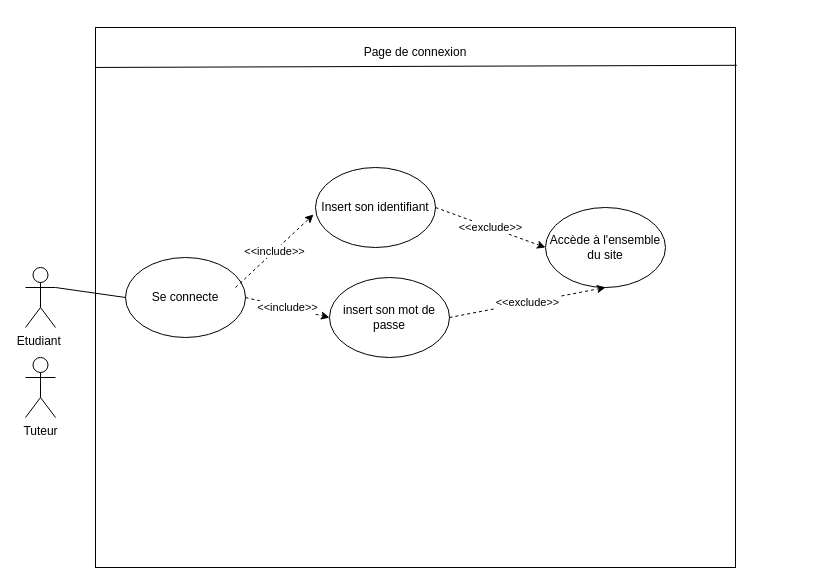
Before: user_case_connexion.drawio in Creaprog/P10_01042022, a draw.io diagram. Source tidied: cells renumbered, new cells numbered last; positions are measured from the earlier drawing's top-left corner, leaving out a move shared by most shapes. Both pictures are drawn from the tidied source at 100%, with x=0, y=0 at pixel (25, 27).
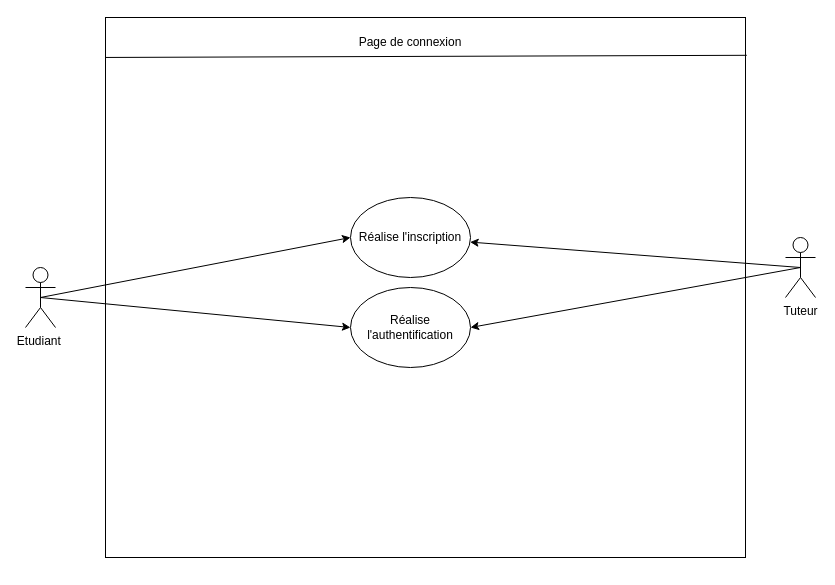
After the change.

Change to the diagram source:
```diff
@@
-<mxGraphModel>
+<mxGraphModel background="#ffffff">
   <root>
     <mxCell id="0" />
     <mxCell id="1" parent="0" />
     <mxCell id="2" value="Etudiant&amp;nbsp;" style="shape=umlActor;verticalLabelPosition=bottom;verticalAlign=top;html=1;outlineConnect=0;" parent="1" vertex="1">
       <mxGeometry y="240" width="30" height="60" as="geometry" />
     </mxCell>
     <mxCell id="3" style="rounded=0;whiteSpace=wrap;html=1;" parent="1" vertex="1">
-      <mxGeometry x="70" width="640" height="540" as="geometry" />
+      <mxGeometry x="80" y="-10" width="640" height="540" as="geometry" />
     </mxCell>
-    <mxCell id="4" value="Se connecte" style="ellipse;whiteSpace=wrap;html=1;" parent="1" vertex="1">
-      <mxGeometry x="100" y="230" width="120" height="80" as="geometry" />
-    </mxCell>
-    <mxCell id="5" style="endArrow=none;html=1;exitX=1;exitY=0.3333333333333333;exitDx=0;exitDy=0;exitPerimeter=0;entryX=0;entryY=0.5;entryDx=0;entryDy=0;" parent="1" edge="1" source="2" target="4">
-      <mxGeometry relative="1" as="geometry" />
-    </mxCell>
-    <mxCell id="6" value="Insert son identifiant" style="ellipse;whiteSpace=wrap;html=1;" parent="1" vertex="1">
-      <mxGeometry x="290" y="140" width="120" height="80" as="geometry" />
-    </mxCell>
-    <mxCell id="7" value="insert son mot de passe" style="ellipse;whiteSpace=wrap;html=1;" parent="1" vertex="1">
-      <mxGeometry x="304" y="250" width="120" height="80" as="geometry" />
-    </mxCell>
-    <mxCell id="8" value="&amp;lt;&amp;lt;include&amp;gt;&amp;gt;" style="endArrow=classic;html=1;dashed=1;entryX=-0.017;entryY=0.588;entryDx=0;entryDy=0;entryPerimeter=0;" parent="1" edge="1" target="6">
-      <mxGeometry relative="1" as="geometry">
-        <mxPoint x="210" y="260" as="sourcePoint" />
-      </mxGeometry>
-    </mxCell>
-    <mxCell id="9" value="&amp;lt;&amp;lt;include&amp;gt;&amp;gt;" style="endArrow=classic;html=1;dashed=1;entryX=0;entryY=0.5;entryDx=0;entryDy=0;" parent="1" edge="1" target="7">
-      <mxGeometry relative="1" as="geometry">
-        <mxPoint x="220" y="270" as="sourcePoint" />
-      </mxGeometry>
-    </mxCell>
-    <mxCell id="10" value="Accède à l'ensemble du site" style="ellipse;whiteSpace=wrap;html=1;" parent="1" vertex="1">
-      <mxGeometry x="520" y="180" width="120" height="80" as="geometry" />
-    </mxCell>
-    <mxCell id="11" value="&amp;lt;&amp;lt;exclude&amp;gt;&amp;gt;" style="endArrow=classic;html=1;dashed=1;entryX=0;entryY=0.5;entryDx=0;entryDy=0;exitX=1;exitY=0.5;exitDx=0;exitDy=0;" parent="1" edge="1" source="6" target="10">
-      <mxGeometry relative="1" as="geometry" />
-    </mxCell>
-    <mxCell id="12" value="&amp;lt;&amp;lt;exclude&amp;gt;&amp;gt;" style="endArrow=classic;html=1;dashed=1;entryX=0.5;entryY=1;entryDx=0;entryDy=0;exitX=1;exitY=0.5;exitDx=0;exitDy=0;" parent="1" edge="1" source="7" target="10">
-      <mxGeometry relative="1" as="geometry" />
-    </mxCell>
     <mxCell id="13" style="endArrow=none;html=1;exitX=0;exitY=0.074;exitDx=0;exitDy=0;exitPerimeter=0;entryX=1.002;entryY=0.07;entryDx=0;entryDy=0;entryPerimeter=0;" parent="1" edge="1" source="3" target="3">
       <mxGeometry relative="1" as="geometry" />
     </mxCell>
     <mxCell id="14" value="Page de connexion" style="text;html=1;strokeColor=none;fillColor=none;align=center;verticalAlign=middle;whiteSpace=wrap;rounded=0;" parent="1" vertex="1">
-      <mxGeometry x="325" y="10" width="130" height="30" as="geometry" />
+      <mxGeometry x="320" width="130" height="30" as="geometry" />
     </mxCell>
+    <mxCell id="16" style="edgeStyle=none;html=1;exitX=0.5;exitY=0.5;exitDx=0;exitDy=0;exitPerimeter=0;" parent="1" edge="1" source="15" target="18">
+      <mxGeometry relative="1" as="geometry" />
+    </mxCell>
+    <mxCell id="17" style="edgeStyle=none;html=1;exitX=0.5;exitY=0.5;exitDx=0;exitDy=0;exitPerimeter=0;entryX=1;entryY=0.5;entryDx=0;entryDy=0;" parent="1" edge="1" source="15" target="20">
+      <mxGeometry relative="1" as="geometry" />
+    </mxCell>
     <mxCell id="15" value="Tuteur" style="shape=umlActor;verticalLabelPosition=bottom;verticalAlign=top;html=1;outlineConnect=0;" parent="1" vertex="1">
-      <mxGeometry y="330" width="30" height="60" as="geometry" />
+      <mxGeometry x="760" y="210" width="30" height="60" as="geometry" />
     </mxCell>
+    <mxCell id="18" value="Réalise l'inscription" style="ellipse;whiteSpace=wrap;html=1;" parent="1" vertex="1">
+      <mxGeometry x="325" y="170" width="120" height="80" as="geometry" />
+    </mxCell>
+    <mxCell id="19" style="endArrow=classic;html=1;exitX=0.5;exitY=0.5;exitDx=0;exitDy=0;exitPerimeter=0;entryX=0;entryY=0.5;entryDx=0;entryDy=0;" parent="1" edge="1" source="2" target="18">
+      <mxGeometry relative="1" as="geometry" />
+    </mxCell>
+    <mxCell id="20" value="Réalise l'authentification" style="ellipse;whiteSpace=wrap;html=1;" parent="1" vertex="1">
+      <mxGeometry x="325" y="260" width="120" height="80" as="geometry" />
+    </mxCell>
+    <mxCell id="21" style="endArrow=classic;html=1;exitX=0.5;exitY=0.5;exitDx=0;exitDy=0;exitPerimeter=0;entryX=0;entryY=0.5;entryDx=0;entryDy=0;" parent="1" edge="1" source="2" target="20">
+      <mxGeometry relative="1" as="geometry" />
+    </mxCell>
   </root>
 </mxGraphModel>
```
